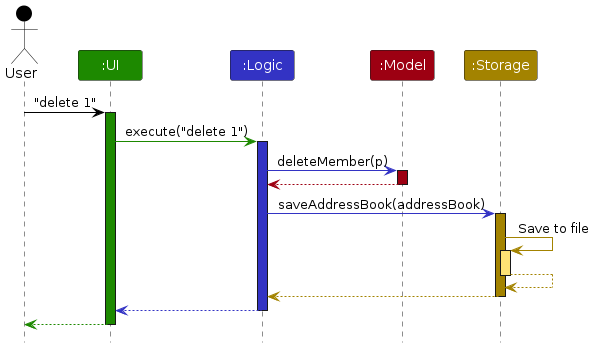
Above: diagrams/ArchitectureSequenceDiagram.png in AY2526S1-CS2103T-T11-3/tp (PlantUML), before the change. Its source is kept beside it as diagrams/ArchitectureSequenceDiagram.puml.
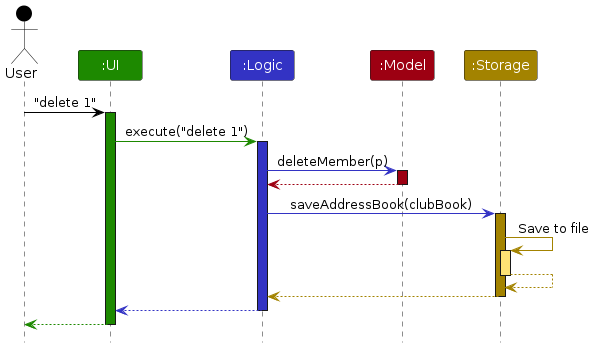
The same diagram one commit later.

Change to the diagram source:
```diff
@@ -20,7 +20,7 @@
 model -[MODEL_COLOR]-> logic
 deactivate model
 
-logic -[LOGIC_COLOR]> storage : saveAddressBook(addressBook)
+logic -[LOGIC_COLOR]> storage : saveAddressBook(clubBook)
 activate storage STORAGE_COLOR
 
 storage -[STORAGE_COLOR]> storage : Save to file
```
